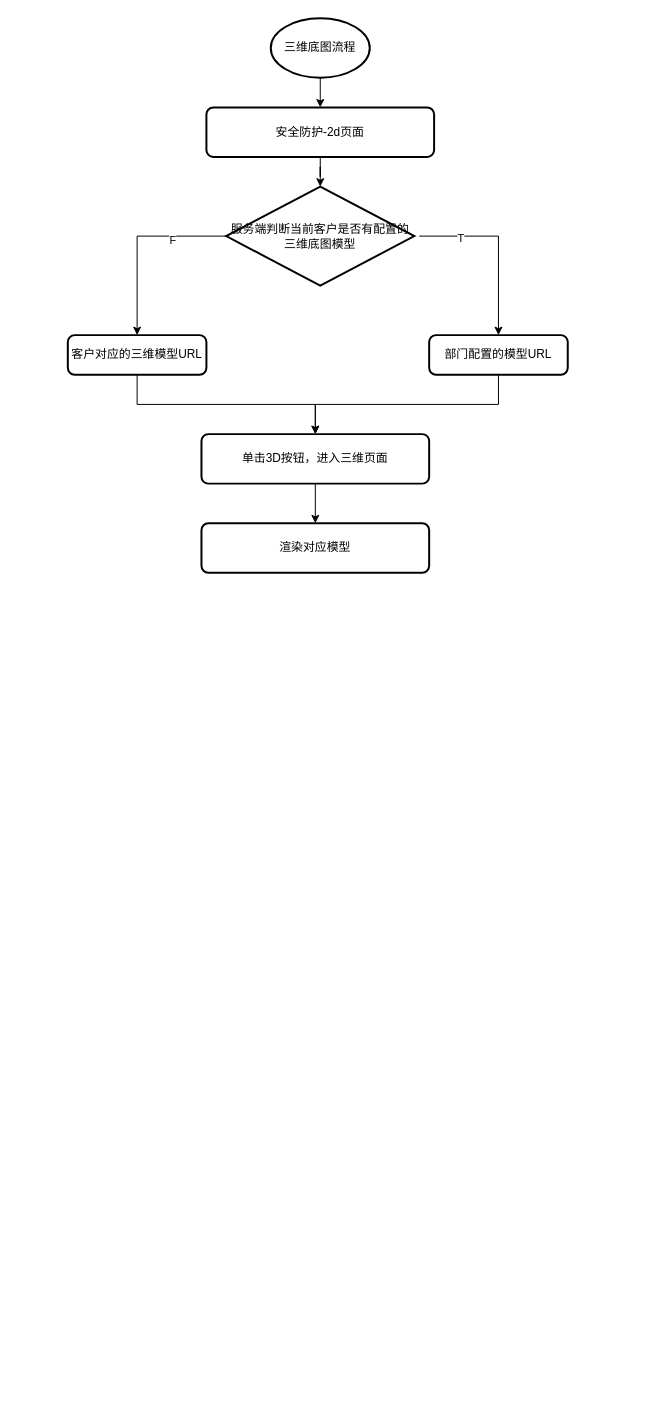
Before: 铁路6.35三维模块流程图.drawio in GISTWJ/drawIo, a draw.io diagram. Source tidied: cells renumbered, new cells numbered last; positions are measured from the earlier drawing's top-left corner, leaving out a move shared by most shapes. Both pictures are drawn from the tidied source at 99%, with x=0, y=0 at pixel (67, 18).
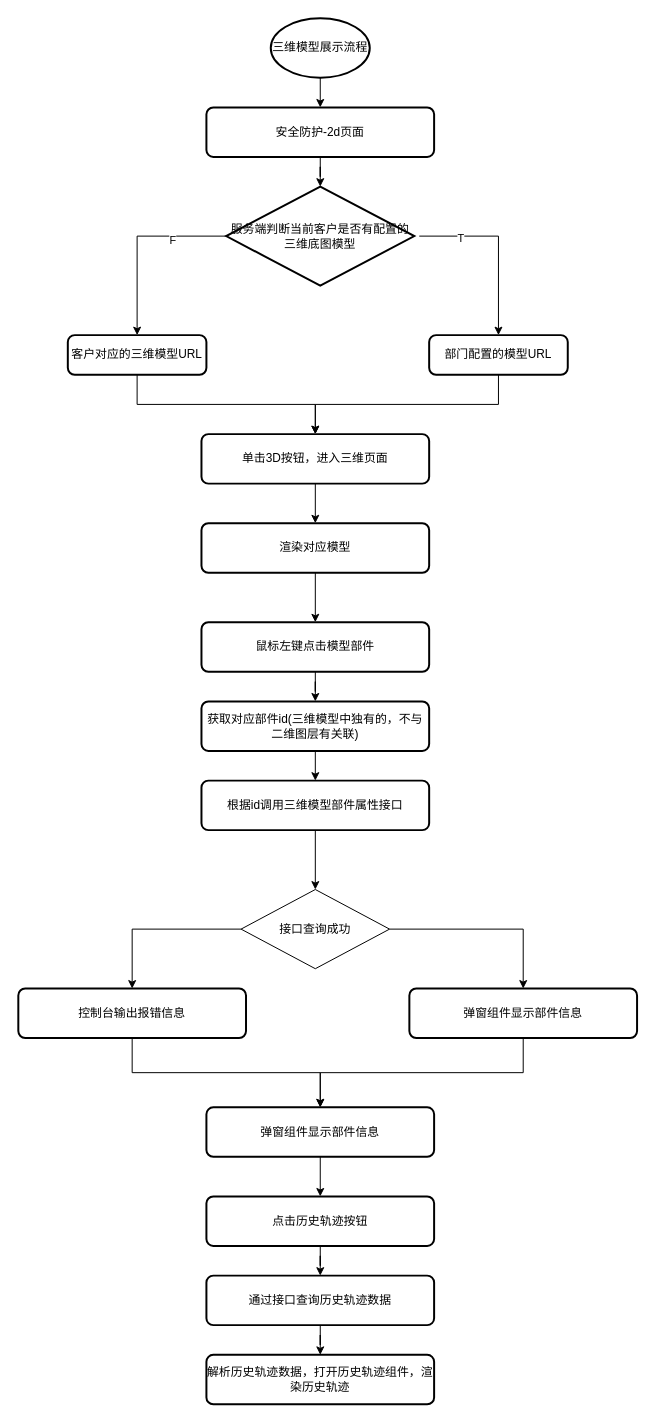
The same diagram, later.

Commit message (it also covers changes not shown here):
更新铁路6.35三维模块流程图.drawio

Unchanged cells that the change refers to:
```xml
<mxCell id="17" value="渲染对应模型" style="rounded=1;whiteSpace=wrap;html=1;absoluteArcSize=1;arcSize=14;strokeWidth=2;" parent="1" vertex="1">
  <mxGeometry x="135" y="510" width="230" height="50" as="geometry" />
</mxCell>
```

What changed in the source:
```diff
@@
-    <mxCell id="3" value="三维底图流程" style="strokeWidth=2;html=1;shape=mxgraph.flowchart.start_1;whiteSpace=wrap;" parent="1" vertex="1">
+    <mxCell id="3" value="三维模型展示流程" style="strokeWidth=2;html=1;shape=mxgraph.flowchart.start_1;whiteSpace=wrap;" parent="1" vertex="1">
       <mxGeometry x="205" width="100" height="60" as="geometry" />
     </mxCell>
@@
+    <mxCell id="18" style="edgeStyle=orthogonalEdgeStyle;rounded=0;jettySize=auto;html=1;exitX=0.5;exitY=1;exitDx=0;exitDy=0;" parent="1" edge="1" source="17" target="20">
+      <mxGeometry relative="1" as="geometry" />
+    </mxCell>
@@
+    <mxCell id="19" style="edgeStyle=orthogonalEdgeStyle;rounded=0;jettySize=auto;html=1;exitX=0.5;exitY=1;exitDx=0;exitDy=0;" parent="1" edge="1" source="20" target="22">
+      <mxGeometry relative="1" as="geometry" />
+    </mxCell>
+    <mxCell id="20" value="鼠标左键点击模型部件" style="rounded=1;whiteSpace=wrap;html=1;absoluteArcSize=1;arcSize=14;strokeWidth=2;" parent="1" vertex="1">
+      <mxGeometry x="135" y="610" width="230" height="50" as="geometry" />
+    </mxCell>
+    <mxCell id="21" style="edgeStyle=orthogonalEdgeStyle;rounded=0;jettySize=auto;html=1;exitX=0.5;exitY=1;exitDx=0;exitDy=0;entryX=0.5;entryY=0;entryDx=0;entryDy=0;" parent="1" edge="1" source="22" target="24">
+      <mxGeometry relative="1" as="geometry" />
+    </mxCell>
+    <mxCell id="22" value="获取对应部件id(三维模型中独有的，不与二维图层有关联)" style="rounded=1;whiteSpace=wrap;html=1;absoluteArcSize=1;arcSize=14;strokeWidth=2;" parent="1" vertex="1">
+      <mxGeometry x="135" y="690" width="230" height="50" as="geometry" />
+    </mxCell>
+    <mxCell id="23" style="edgeStyle=orthogonalEdgeStyle;rounded=0;jettySize=auto;html=1;exitX=0.5;exitY=1;exitDx=0;exitDy=0;entryX=0.5;entryY=0;entryDx=0;entryDy=0;" parent="1" edge="1" source="24" target="27">
+      <mxGeometry relative="1" as="geometry" />
+    </mxCell>
+    <mxCell id="24" value="根据id调用三维模型部件属性接口" style="rounded=1;whiteSpace=wrap;html=1;absoluteArcSize=1;arcSize=14;strokeWidth=2;" parent="1" vertex="1">
+      <mxGeometry x="135" y="770" width="230" height="50" as="geometry" />
+    </mxCell>
+    <mxCell id="25" style="edgeStyle=orthogonalEdgeStyle;rounded=0;jettySize=auto;html=1;exitX=0;exitY=0.5;exitDx=0;exitDy=0;entryX=0.5;entryY=0;entryDx=0;entryDy=0;" parent="1" edge="1" source="27" target="29">
+      <mxGeometry relative="1" as="geometry" />
+    </mxCell>
+    <mxCell id="26" style="edgeStyle=orthogonalEdgeStyle;rounded=0;jettySize=auto;html=1;exitX=1;exitY=0.5;exitDx=0;exitDy=0;" parent="1" edge="1" source="27" target="31">
+      <mxGeometry relative="1" as="geometry" />
+    </mxCell>
+    <mxCell id="27" value="接口查询成功" style="rhombus;whiteSpace=wrap;html=1;" parent="1" vertex="1">
+      <mxGeometry x="175" y="880" width="150" height="80" as="geometry" />
+    </mxCell>
+    <mxCell id="28" style="edgeStyle=orthogonalEdgeStyle;rounded=0;jettySize=auto;html=1;exitX=0.5;exitY=1;exitDx=0;exitDy=0;entryX=0.5;entryY=0;entryDx=0;entryDy=0;" parent="1" edge="1" source="29" target="33">
+      <mxGeometry relative="1" as="geometry" />
+    </mxCell>
+    <mxCell id="29" value="控制台输出报错信息" style="rounded=1;whiteSpace=wrap;html=1;absoluteArcSize=1;arcSize=14;strokeWidth=2;" parent="1" vertex="1">
+      <mxGeometry x="-50" y="980" width="230" height="50" as="geometry" />
+    </mxCell>
+    <mxCell id="30" style="edgeStyle=orthogonalEdgeStyle;rounded=0;jettySize=auto;html=1;exitX=0.5;exitY=1;exitDx=0;exitDy=0;entryX=0.5;entryY=0;entryDx=0;entryDy=0;" parent="1" edge="1" source="31" target="33">
+      <mxGeometry relative="1" as="geometry" />
+    </mxCell>
+    <mxCell id="31" value="弹窗组件显示部件信息" style="rounded=1;whiteSpace=wrap;html=1;absoluteArcSize=1;arcSize=14;strokeWidth=2;" parent="1" vertex="1">
+      <mxGeometry x="345" y="980" width="230" height="50" as="geometry" />
+    </mxCell>
+    <mxCell id="32" style="edgeStyle=orthogonalEdgeStyle;rounded=0;jettySize=auto;html=1;exitX=0.5;exitY=1;exitDx=0;exitDy=0;entryX=0.5;entryY=0;entryDx=0;entryDy=0;" parent="1" edge="1" source="33" target="35">
+      <mxGeometry relative="1" as="geometry" />
+    </mxCell>
+    <mxCell id="33" value="弹窗组件显示部件信息" style="rounded=1;whiteSpace=wrap;html=1;absoluteArcSize=1;arcSize=14;strokeWidth=2;" parent="1" vertex="1">
+      <mxGeometry x="140" y="1100" width="230" height="50" as="geometry" />
+    </mxCell>
+    <mxCell id="34" style="edgeStyle=orthogonalEdgeStyle;rounded=0;jettySize=auto;html=1;exitX=0.5;exitY=1;exitDx=0;exitDy=0;" parent="1" edge="1" source="35" target="37">
+      <mxGeometry relative="1" as="geometry" />
+    </mxCell>
+    <mxCell id="35" value="点击历史轨迹按钮" style="rounded=1;whiteSpace=wrap;html=1;absoluteArcSize=1;arcSize=14;strokeWidth=2;" parent="1" vertex="1">
+      <mxGeometry x="140" y="1190" width="230" height="50" as="geometry" />
+    </mxCell>
+    <mxCell id="36" style="edgeStyle=orthogonalEdgeStyle;rounded=0;jettySize=auto;html=1;exitX=0.5;exitY=1;exitDx=0;exitDy=0;" parent="1" edge="1" source="37" target="38">
+      <mxGeometry relative="1" as="geometry" />
+    </mxCell>
+    <mxCell id="37" value="通过接口查询历史轨迹数据" style="rounded=1;whiteSpace=wrap;html=1;absoluteArcSize=1;arcSize=14;strokeWidth=2;" parent="1" vertex="1">
+      <mxGeometry x="140" y="1270" width="230" height="50" as="geometry" />
+    </mxCell>
+    <mxCell id="38" value="解析历史轨迹数据，打开历史轨迹组件，渲染历史轨迹" style="rounded=1;whiteSpace=wrap;html=1;absoluteArcSize=1;arcSize=14;strokeWidth=2;" parent="1" vertex="1">
+      <mxGeometry x="140" y="1350" width="230" height="50" as="geometry" />
+    </mxCell>
```
